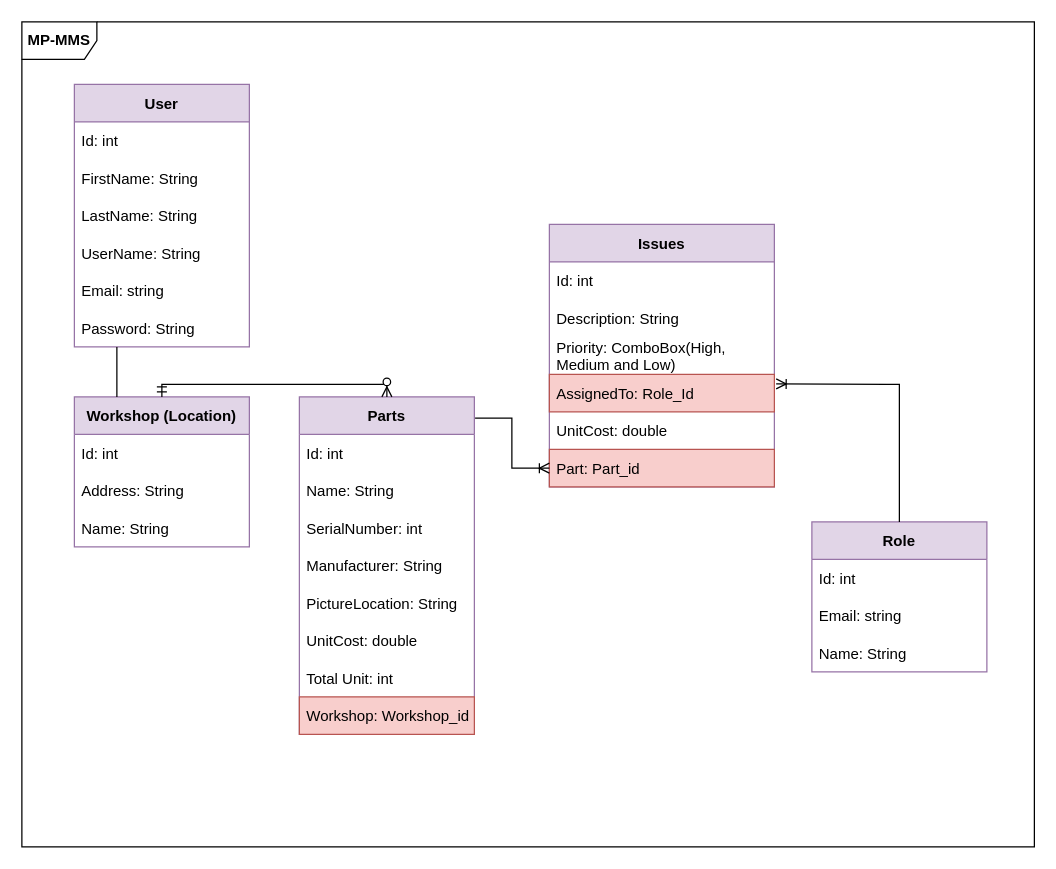
Before: MP-MMS_DB_Design.drawio in ZadokJoshua/AWS-S3, a draw.io diagram. Source tidied: cells renumbered, new cells numbered last; positions are measured from the earlier drawing's top-left corner, leaving out a move shared by most shapes. Both pictures are drawn from the tidied source at 125%, with x=0, y=0 at pixel (21, 21).
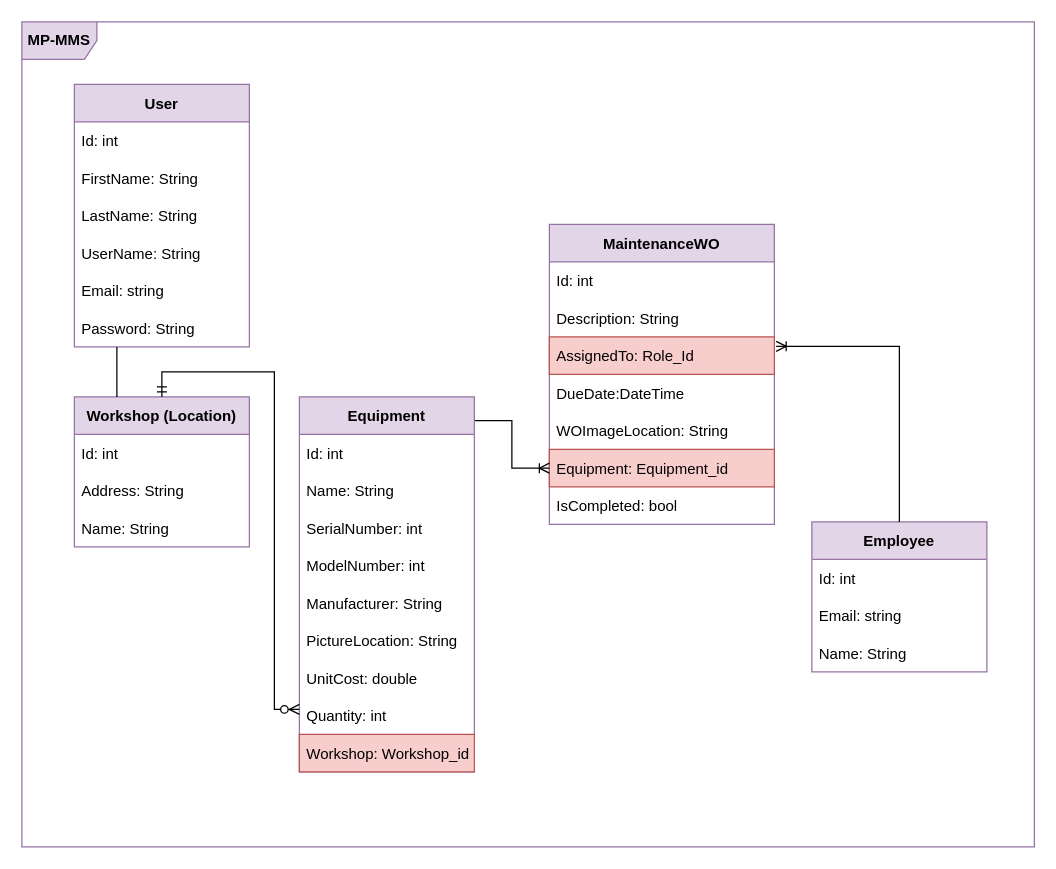
The same diagram, later.

Unchanged cells that the change refers to:
```xml
<mxCell id="19" value="Workshop (Location)" style="swimlane;fontStyle=1;horizontal=1;startSize=30;rounded=0;glass=0;fillColor=#e1d5e7;strokeColor=#9673a6;" parent="1" vertex="1">
  <mxGeometry x="42" y="300" width="140" height="120" as="geometry" />
</mxCell>
```

The edit, as a diff of the source:
```diff
@@
-    <mxCell id="2" value="&lt;b&gt;MP-MMS&lt;/b&gt;" style="shape=umlFrame;whiteSpace=wrap;html=1;rounded=0;glass=0;" parent="1" vertex="1">
+    <mxCell id="2" value="&lt;b&gt;MP-MMS&lt;/b&gt;" style="shape=umlFrame;whiteSpace=wrap;html=1;rounded=0;glass=0;fillColor=#e1d5e7;strokeColor=#9673a6;" parent="1" vertex="1">
       <mxGeometry width="810" height="660" as="geometry" />
     </mxCell>
@@
-    <mxCell id="10" value="Parts" style="swimlane;fontStyle=1;horizontal=1;startSize=30;rounded=0;glass=0;fillColor=#e1d5e7;strokeColor=#9673a6;" parent="1" vertex="1">
-      <mxGeometry x="222" y="300" width="140" height="270" as="geometry" />
+    <mxCell id="10" value="Equipment" style="swimlane;fontStyle=1;horizontal=1;startSize=30;rounded=0;glass=0;fillColor=#e1d5e7;strokeColor=#9673a6;" parent="1" vertex="1">
+      <mxGeometry x="222" y="300" width="140" height="300" as="geometry" />
     </mxCell>
@@
+    <mxCell id="38" value="ModelNumber: int" style="text;strokeColor=none;fillColor=none;align=left;verticalAlign=middle;spacingLeft=4;spacingRight=4;overflow=hidden;rounded=0;glass=0;" parent="10" vertex="1">
+      <mxGeometry y="120" width="140" height="30" as="geometry" />
+    </mxCell>
     <mxCell id="14" value="Manufacturer: String" style="text;strokeColor=none;fillColor=none;align=left;verticalAlign=middle;spacingLeft=4;spacingRight=4;overflow=hidden;rounded=0;glass=0;" parent="10" vertex="1">
-      <mxGeometry y="120" width="140" height="30" as="geometry" />
+      <mxGeometry y="150" width="140" height="30" as="geometry" />
     </mxCell>
     <mxCell id="15" value="PictureLocation: String " style="text;strokeColor=none;fillColor=none;align=left;verticalAlign=middle;spacingLeft=4;spacingRight=4;overflow=hidden;rounded=0;glass=0;" parent="10" vertex="1">
-      <mxGeometry y="150" width="140" height="30" as="geometry" />
+      <mxGeometry y="180" width="140" height="30" as="geometry" />
     </mxCell>
     <mxCell id="16" value="UnitCost: double" style="text;strokeColor=none;fillColor=none;align=left;verticalAlign=middle;spacingLeft=4;spacingRight=4;overflow=hidden;rounded=0;glass=0;" parent="10" vertex="1">
-      <mxGeometry y="180" width="140" height="30" as="geometry" />
+      <mxGeometry y="210" width="140" height="30" as="geometry" />
     </mxCell>
-    <mxCell id="17" value="Total Unit: int" style="text;strokeColor=none;fillColor=none;align=left;verticalAlign=middle;spacingLeft=4;spacingRight=4;overflow=hidden;rounded=0;glass=0;" parent="10" vertex="1">
-      <mxGeometry y="210" width="140" height="30" as="geometry" />
+    <mxCell id="17" value="Quantity: int" style="text;strokeColor=none;fillColor=none;align=left;verticalAlign=middle;spacingLeft=4;spacingRight=4;overflow=hidden;rounded=0;glass=0;" parent="10" vertex="1">
+      <mxGeometry y="240" width="140" height="30" as="geometry" />
     </mxCell>
     <mxCell id="18" value="Workshop: Workshop_id" style="text;strokeColor=#b85450;fillColor=#f8cecc;align=left;verticalAlign=middle;spacingLeft=4;spacingRight=4;overflow=hidden;rounded=0;glass=0;" parent="10" vertex="1">
-      <mxGeometry y="240" width="140" height="30" as="geometry" />
+      <mxGeometry y="270" width="140" height="30" as="geometry" />
     </mxCell>
@@
-    <mxCell id="23" value="Issues" style="swimlane;fontStyle=1;horizontal=1;startSize=30;rounded=0;glass=0;fillColor=#e1d5e7;strokeColor=#9673a6;" parent="1" vertex="1">
-      <mxGeometry x="422" y="162" width="180" height="210" as="geometry" />
+    <mxCell id="23" value="MaintenanceWO" style="swimlane;fontStyle=1;horizontal=1;startSize=30;rounded=0;glass=0;fillColor=#e1d5e7;strokeColor=#9673a6;" parent="1" vertex="1">
+      <mxGeometry x="422" y="162" width="180" height="240" as="geometry" />
     </mxCell>
@@
-    <mxCell id="26" value="Priority: ComboBox(High, &#10;Medium and Low)" style="text;strokeColor=none;fillColor=none;align=left;verticalAlign=middle;spacingLeft=4;spacingRight=4;overflow=hidden;rounded=0;glass=0;" parent="23" vertex="1">
-      <mxGeometry y="90" width="180" height="30" as="geometry" />
-    </mxCell>
     <mxCell id="27" value="AssignedTo: Role_Id" style="text;strokeColor=#b85450;fillColor=#f8cecc;align=left;verticalAlign=middle;spacingLeft=4;spacingRight=4;overflow=hidden;points=[[0,0.5],[1,0.5]];portConstraint=eastwest;rounded=0;glass=0;" parent="23" vertex="1">
-      <mxGeometry y="120" width="180" height="30" as="geometry" />
+      <mxGeometry y="90" width="180" height="30" as="geometry" />
     </mxCell>
+    <mxCell id="39" value="DueDate:DateTime" style="text;align=left;verticalAlign=middle;spacingLeft=4;spacingRight=4;overflow=hidden;rounded=0;glass=0;" parent="23" vertex="1">
+      <mxGeometry y="120" width="180" height="30" as="geometry" />
+    </mxCell>
-    <mxCell id="28" value="UnitCost: double" style="text;strokeColor=none;fillColor=none;align=left;verticalAlign=middle;spacingLeft=4;spacingRight=4;overflow=hidden;rounded=0;glass=0;" parent="23" vertex="1">
+    <mxCell id="28" value="WOImageLocation: String" style="text;strokeColor=none;fillColor=none;align=left;verticalAlign=middle;spacingLeft=4;spacingRight=4;overflow=hidden;rounded=0;glass=0;" parent="23" vertex="1">
       <mxGeometry y="150" width="180" height="30" as="geometry" />
     </mxCell>
-    <mxCell id="29" value="Part: Part_id" style="text;strokeColor=#b85450;fillColor=#f8cecc;align=left;verticalAlign=middle;spacingLeft=4;spacingRight=4;overflow=hidden;points=[[0,0.5],[1,0.5]];portConstraint=eastwest;rounded=0;glass=0;" parent="23" vertex="1">
+    <mxCell id="29" value="Equipment: Equipment_id" style="text;strokeColor=#b85450;fillColor=#f8cecc;align=left;verticalAlign=middle;spacingLeft=4;spacingRight=4;overflow=hidden;points=[[0,0.5],[1,0.5]];portConstraint=eastwest;rounded=0;glass=0;" parent="23" vertex="1">
       <mxGeometry y="180" width="180" height="30" as="geometry" />
     </mxCell>
+    <mxCell id="40" value="IsCompleted: bool" style="text;align=left;verticalAlign=middle;spacingLeft=4;spacingRight=4;overflow=hidden;rounded=0;glass=0;" parent="23" vertex="1">
+      <mxGeometry y="210" width="180" height="30" as="geometry" />
+    </mxCell>
-    <mxCell id="30" value="Role" style="swimlane;fontStyle=1;horizontal=1;startSize=30;swimlaneLine=1;glass=0;fillColor=#e1d5e7;strokeColor=#9673a6;" parent="1" vertex="1">
+    <mxCell id="30" value="Employee" style="swimlane;fontStyle=1;horizontal=1;startSize=30;swimlaneLine=1;glass=0;fillColor=#e1d5e7;strokeColor=#9673a6;" parent="1" vertex="1">
       <mxGeometry x="632" y="400" width="140" height="120" as="geometry" />
     </mxCell>
@@
     <mxCell id="34" style="fontSize=12;html=1;endArrow=ERoneToMany;rounded=0;entryX=1.008;entryY=0.253;entryDx=0;entryDy=0;entryPerimeter=0;exitX=0.5;exitY=0;exitDx=0;exitDy=0;edgeStyle=orthogonalEdgeStyle;" parent="1" edge="1" source="30" target="27">
       <mxGeometry relative="1" as="geometry">
         <Array as="points">
-          <mxPoint x="692" y="290" />
-          <mxPoint x="653" y="290" />
+          <mxPoint x="702" y="260" />
         </Array>
       </mxGeometry>
     </mxCell>
@@
-    <mxCell id="37" style="edgeStyle=orthogonalEdgeStyle;fontSize=12;html=1;endArrow=ERzeroToMany;startArrow=ERmandOne;rounded=0;entryX=0.5;entryY=0;entryDx=0;entryDy=0;exitX=0.5;exitY=0;exitDx=0;exitDy=0;" parent="1" edge="1" source="19" target="10">
-      <mxGeometry relative="1" as="geometry" />
+    <mxCell id="37" style="edgeStyle=orthogonalEdgeStyle;fontSize=12;html=1;endArrow=ERzeroToMany;startArrow=ERmandOne;rounded=0;exitX=0.5;exitY=0;exitDx=0;exitDy=0;" parent="1" edge="1" source="19">
+      <mxGeometry relative="1" as="geometry">
+        <mxPoint x="222" y="550" as="targetPoint" />
+        <Array as="points">
+          <mxPoint x="112" y="280" />
+          <mxPoint x="202" y="280" />
+          <mxPoint x="202" y="550" />
+        </Array>
+      </mxGeometry>
     </mxCell>
```
